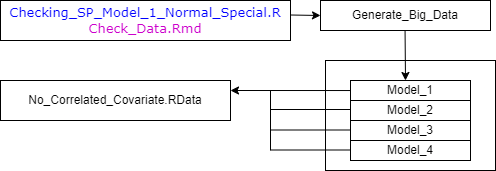
Amalan-ConStat/RS_OS_MROS_PR_TwoVar_Uniform keeps this draw.io diagram as Images/Generate_Big_Data.png. Above is the earlier version. Source tidied: cells renumbered, new cells last; positions are measured from the earlier drawing's top-left corner, leaving out a move shared by most shapes.
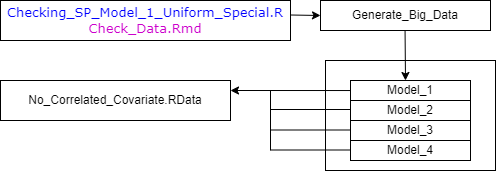
After the change.

Diff of the diagram source:
```diff
@@ -23,7 +23,7 @@
     <mxCell id="8" value="No_Correlated_Covariate.RData" style="rounded=0;whiteSpace=wrap;html=1;" parent="1" vertex="1">
       <mxGeometry y="80" width="230" height="40" as="geometry" />
     </mxCell>
-    <mxCell id="9" value="Checking_SP_Model_1_Normal_Special.R&lt;br&gt;&lt;font color=&quot;#cc00cc&quot;&gt;Check_Data.Rmd&lt;/font&gt;" style="rounded=0;whiteSpace=wrap;html=1;fontFamily=Verdana;fontSize=13;fontColor=#0000FF;" parent="1" vertex="1">
+    <mxCell id="9" value="Checking_SP_Model_1_Uniform_Special.R&lt;br&gt;&lt;font color=&quot;#cc00cc&quot;&gt;Check_Data.Rmd&lt;/font&gt;" style="rounded=0;whiteSpace=wrap;html=1;fontFamily=Verdana;fontSize=13;fontColor=#0000FF;" parent="1" vertex="1">
       <mxGeometry width="290" height="40" as="geometry" />
     </mxCell>
     <mxCell id="10" style="endArrow=classic;html=1;rounded=0;fontFamily=Verdana;fontSize=13;fontColor=#CC00CC;exitX=0.414;exitY=1;exitDx=0;exitDy=0;exitPerimeter=0;" parent="1" edge="1">
```
